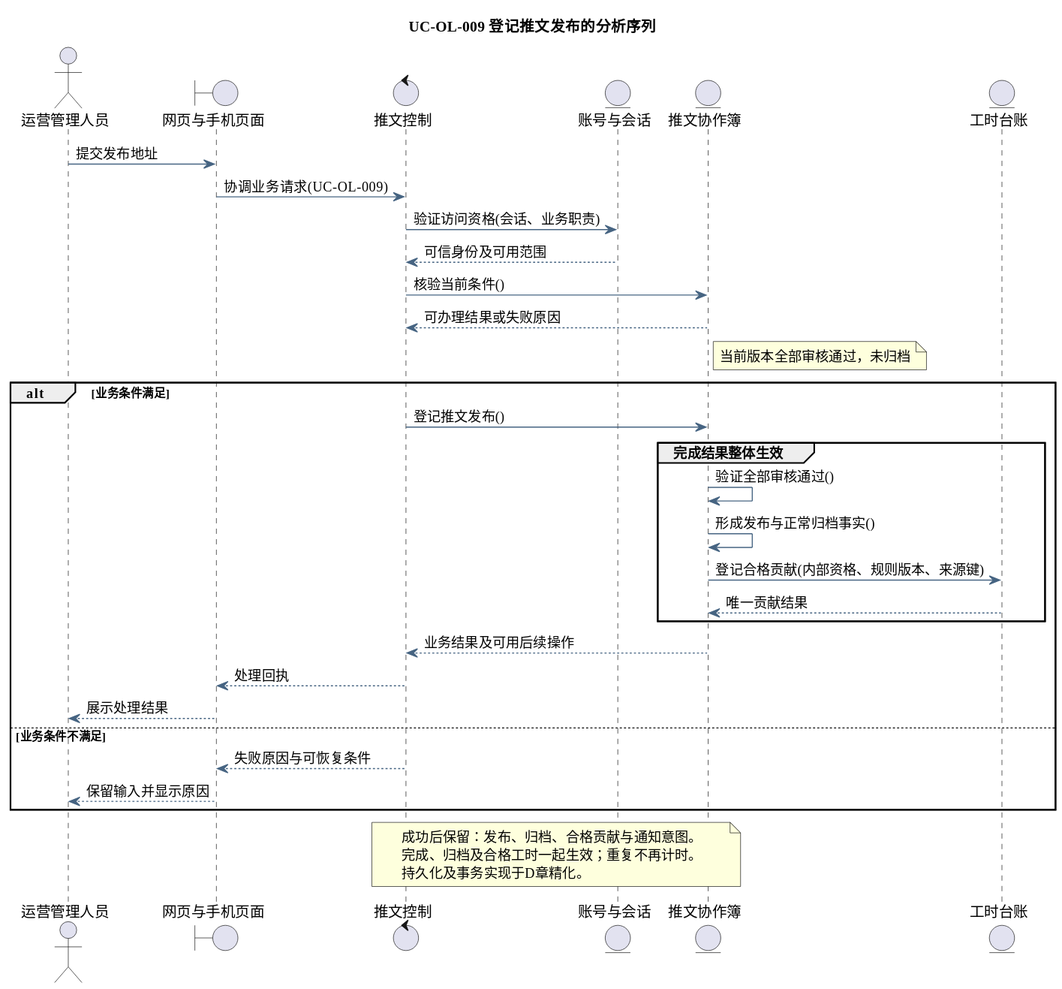
tccc1csu/miniprogram-csu keeps this PlantUML diagram as docs/diagrams/analysis/seq-uc-ol-009.svg. Above is the earlier version.
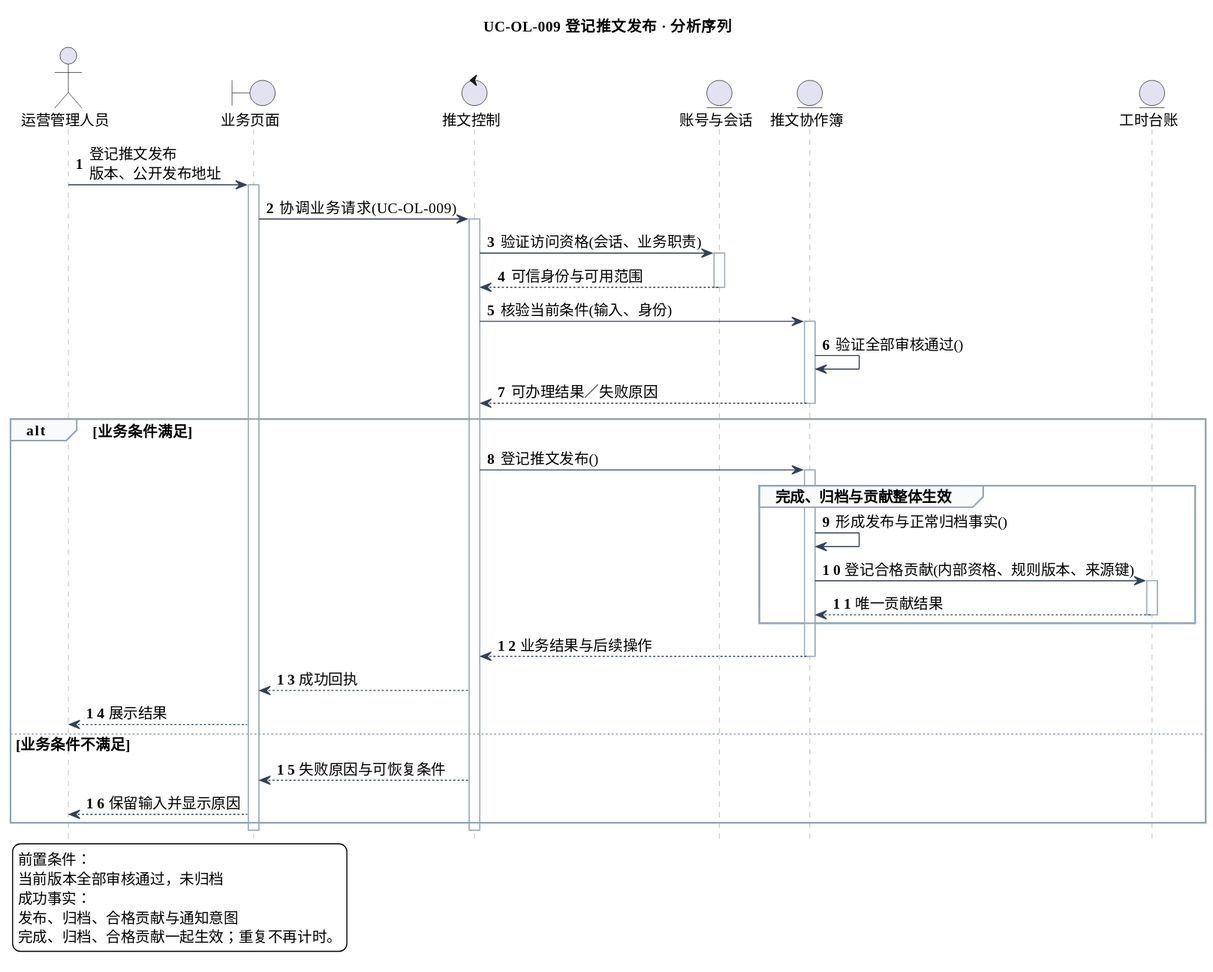
After the change.

What changed in the source:
```diff
@@ -5,40 +5,60 @@
 skinparam ArrowColor #466482
 skinparam classAttributeIconSize 0
 hide empty members
-title UC-OL-009 登记推文发布的分析序列
+skinparam defaultFontSize 14
+skinparam sequenceLifeLineBorderColor #9AA8B8
+skinparam sequenceArrowColor #334155
+skinparam sequenceGroupBorderColor #94A3B8
+skinparam sequenceGroupBackgroundColor #F8FAFC
+skinparam sequenceParticipantPadding 18
+skinparam maxMessageSize 240
+hide footbox
+autonumber
+title UC-OL-009 登记推文发布 · 分析序列
 actor "运营管理人员" as actor
-boundary "网页与手机页面" as page
+boundary "业务页面" as page
 control "推文控制" as ctl
 entity "账号与会话" as identity
 entity "推文协作簿" as model
 entity "工时台账" as ledger
-actor -> page : 提交发布地址
+actor -> page : 登记推文发布\n版本、公开发布地址
+activate page
 page -> ctl : 协调业务请求(UC-OL-009)
+activate ctl
 ctl -> identity : 验证访问资格(会话、业务职责)
-identity --> ctl : 可信身份及可用范围
-ctl -> model : 核验当前条件()
-model --> ctl : 可办理结果或失败原因
-note right of model
-当前版本全部审核通过，未归档
-end note
+activate identity
+identity --> ctl : 可信身份与可用范围
+deactivate identity
+ctl -> model : 核验当前条件(输入、身份)
+activate model
+model -> model : 验证全部审核通过()
+model --> ctl : 可办理结果／失败原因
+deactivate model
 alt 业务条件满足
 ctl -> model : 登记推文发布()
-group 完成结果整体生效
-model -> model : 验证全部审核通过()
+activate model
+group 完成、归档与贡献整体生效
 model -> model : 形成发布与正常归档事实()
 model -> ledger : 登记合格贡献(内部资格、规则版本、来源键)
+activate ledger
 ledger --> model : 唯一贡献结果
+deactivate ledger
 end
-model --> ctl : 业务结果及可用后续操作
-ctl --> page : 处理回执
-page --> actor : 展示处理结果
+model --> ctl : 业务结果与后续操作
+deactivate model
+ctl --> page : 成功回执
+page --> actor : 展示结果
 else 业务条件不满足
 ctl --> page : 失败原因与可恢复条件
 page --> actor : 保留输入并显示原因
 end
-note over ctl,model
-成功后保留：发布、归档、合格贡献与通知意图。
-完成、归档及合格工时一起生效；重复不再计时。
-持久化及事务实现于D章精化。
-end note
+deactivate ctl
+deactivate page
+legend bottom left
+前置条件：
+当前版本全部审核通过，未归档
+成功事实：
+发布、归档、合格贡献与通知意图
+完成、归档、合格贡献一起生效；重复不再计时。
+endlegend
 @enduml
```
